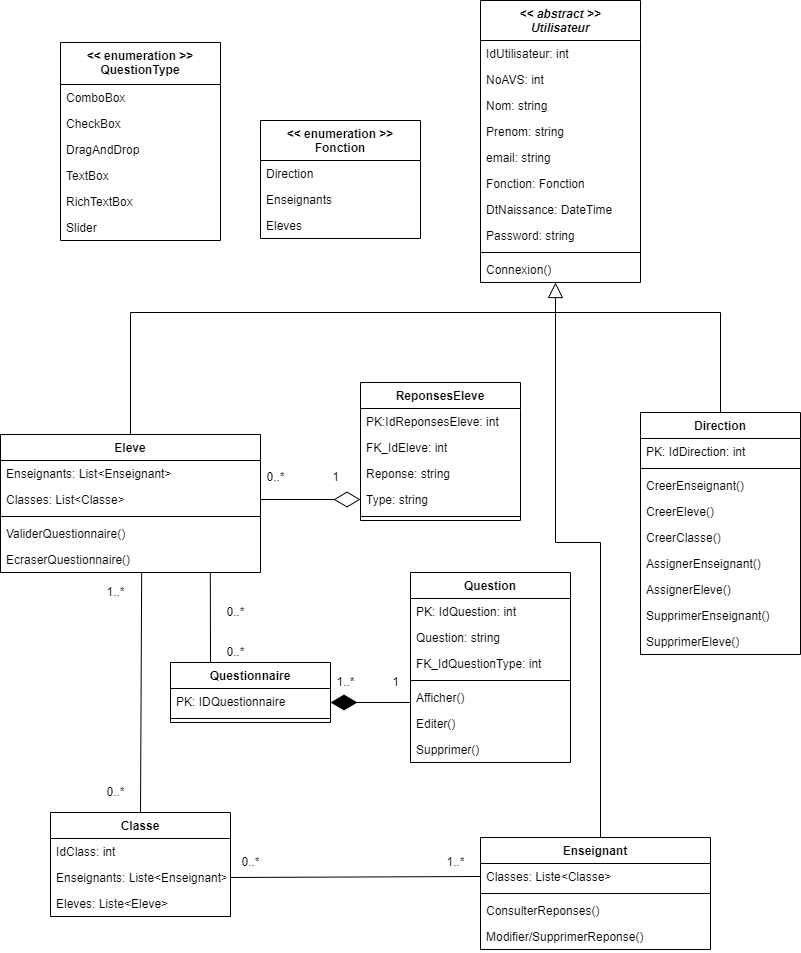
Devetik/Diagrammes keeps this draw.io diagram as Diagrammes/DiagramClass.drawio.png. Above is the earlier version. Source tidied: cells renumbered, new cells last; positions are measured from the earlier drawing's top-left corner, leaving out a move shared by most shapes.
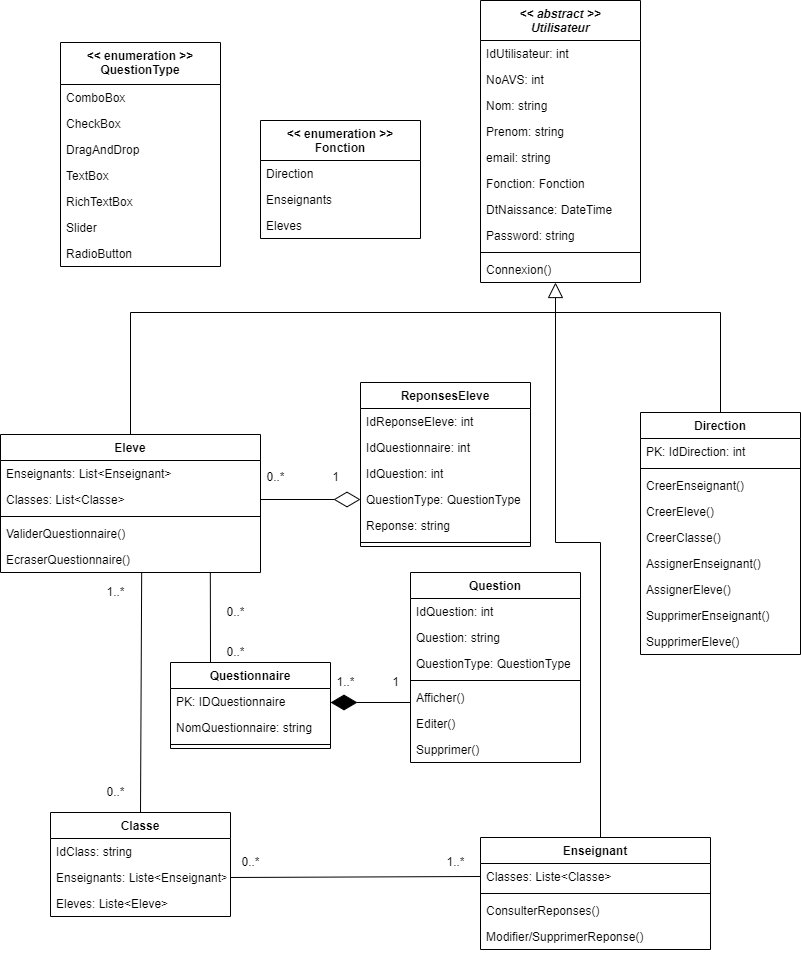
Above is the later version.

The edit, as a diff of the source:
```diff
@@ -47,7 +47,7 @@
     <mxCell id="14" value="Classe" style="swimlane;fontStyle=1;align=center;verticalAlign=top;horizontal=1;startSize=26;" parent="1" vertex="1">
       <mxGeometry x="50" y="812" width="180" height="104" as="geometry" />
     </mxCell>
-    <mxCell id="15" value="IdClass: int" style="text;strokeColor=none;fillColor=none;align=left;verticalAlign=top;spacingLeft=4;spacingRight=4;overflow=hidden;" parent="14" vertex="1">
+    <mxCell id="15" value="IdClass: string" style="text;strokeColor=none;fillColor=none;align=left;verticalAlign=top;spacingLeft=4;spacingRight=4;overflow=hidden;" parent="14" vertex="1">
       <mxGeometry y="26" width="180" height="26" as="geometry" />
     </mxCell>
     <mxCell id="16" value="Enseignants: Liste&lt;Enseignant&gt;" style="text;strokeColor=none;fillColor=none;align=left;verticalAlign=top;spacingLeft=4;spacingRight=4;overflow=hidden;" parent="14" vertex="1">
@@ -87,46 +87,49 @@
       <mxGeometry y="216" width="160" height="26" as="geometry" />
     </mxCell>
     <mxCell id="28" value="Question" style="swimlane;fontStyle=1;align=center;verticalAlign=top;horizontal=1;startSize=26;" parent="1" vertex="1">
-      <mxGeometry x="410" y="572" width="160" height="190" as="geometry" />
+      <mxGeometry x="410" y="572" width="170" height="190" as="geometry" />
     </mxCell>
-    <mxCell id="29" value="PK: IdQuestion: int" style="text;strokeColor=none;fillColor=none;align=left;verticalAlign=top;spacingLeft=4;spacingRight=4;overflow=hidden;" parent="28" vertex="1">
-      <mxGeometry y="26" width="160" height="26" as="geometry" />
+    <mxCell id="29" value="IdQuestion: int" style="text;strokeColor=none;fillColor=none;align=left;verticalAlign=top;spacingLeft=4;spacingRight=4;overflow=hidden;" parent="28" vertex="1">
+      <mxGeometry y="26" width="170" height="26" as="geometry" />
     </mxCell>
     <mxCell id="30" value="Question: string" style="text;strokeColor=none;fillColor=none;align=left;verticalAlign=top;spacingLeft=4;spacingRight=4;overflow=hidden;" parent="28" vertex="1">
-      <mxGeometry y="52" width="160" height="26" as="geometry" />
+      <mxGeometry y="52" width="170" height="26" as="geometry" />
     </mxCell>
-    <mxCell id="31" value="FK_IdQuestionType: int" style="text;strokeColor=none;fillColor=none;align=left;verticalAlign=top;spacingLeft=4;spacingRight=4;overflow=hidden;" parent="28" vertex="1">
-      <mxGeometry y="78" width="160" height="26" as="geometry" />
+    <mxCell id="31" value="QuestionType: QuestionType" style="text;strokeColor=none;fillColor=none;align=left;verticalAlign=top;spacingLeft=4;spacingRight=4;overflow=hidden;" parent="28" vertex="1">
+      <mxGeometry y="78" width="170" height="26" as="geometry" />
     </mxCell>
     <mxCell id="32" style="line;strokeWidth=1;fillColor=none;align=left;verticalAlign=middle;spacingTop=-1;spacingLeft=3;spacingRight=3;labelPosition=right;" parent="28" vertex="1">
-      <mxGeometry y="104" width="160" height="8" as="geometry" />
+      <mxGeometry y="104" width="170" height="8" as="geometry" />
     </mxCell>
     <mxCell id="33" value="Afficher()" style="text;strokeColor=none;fillColor=none;align=left;verticalAlign=top;spacingLeft=4;spacingRight=4;overflow=hidden;" parent="28" vertex="1">
-      <mxGeometry y="112" width="160" height="26" as="geometry" />
+      <mxGeometry y="112" width="170" height="26" as="geometry" />
     </mxCell>
     <mxCell id="34" value="Editer()" style="text;strokeColor=none;fillColor=none;align=left;verticalAlign=top;spacingLeft=4;spacingRight=4;overflow=hidden;" parent="28" vertex="1">
-      <mxGeometry y="138" width="160" height="26" as="geometry" />
+      <mxGeometry y="138" width="170" height="26" as="geometry" />
     </mxCell>
     <mxCell id="35" value="Supprimer()" style="text;strokeColor=none;fillColor=none;align=left;verticalAlign=top;spacingLeft=4;spacingRight=4;overflow=hidden;" parent="28" vertex="1">
-      <mxGeometry y="164" width="160" height="26" as="geometry" />
+      <mxGeometry y="164" width="170" height="26" as="geometry" />
     </mxCell>
     <mxCell id="36" value="ReponsesEleve" style="swimlane;fontStyle=1;align=center;verticalAlign=top;horizontal=1;startSize=26;" parent="1" vertex="1">
-      <mxGeometry x="360" y="382" width="160" height="138" as="geometry" />
+      <mxGeometry x="360" y="382" width="170" height="164" as="geometry" />
     </mxCell>
-    <mxCell id="37" value="PK:IdReponsesEleve: int" style="text;strokeColor=none;fillColor=none;align=left;verticalAlign=top;spacingLeft=4;spacingRight=4;overflow=hidden;" parent="36" vertex="1">
-      <mxGeometry y="26" width="160" height="26" as="geometry" />
+    <mxCell id="37" value="IdReponseEleve: int" style="text;strokeColor=none;fillColor=none;align=left;verticalAlign=top;spacingLeft=4;spacingRight=4;overflow=hidden;" parent="36" vertex="1">
+      <mxGeometry y="26" width="170" height="26" as="geometry" />
     </mxCell>
-    <mxCell id="38" value="FK_IdEleve: int" style="text;strokeColor=none;fillColor=none;align=left;verticalAlign=top;spacingLeft=4;spacingRight=4;overflow=hidden;" parent="36" vertex="1">
-      <mxGeometry y="52" width="160" height="26" as="geometry" />
+    <mxCell id="38" value="IdQuestionnaire: int" style="text;strokeColor=none;fillColor=none;align=left;verticalAlign=top;spacingLeft=4;spacingRight=4;overflow=hidden;" parent="36" vertex="1">
+      <mxGeometry y="52" width="170" height="26" as="geometry" />
     </mxCell>
-    <mxCell id="39" value="Reponse: string" style="text;strokeColor=none;fillColor=none;align=left;verticalAlign=top;spacingLeft=4;spacingRight=4;overflow=hidden;" parent="36" vertex="1">
-      <mxGeometry y="78" width="160" height="26" as="geometry" />
+    <mxCell id="39" value="IdQuestion: int" style="text;strokeColor=none;fillColor=none;align=left;verticalAlign=top;spacingLeft=4;spacingRight=4;overflow=hidden;" parent="36" vertex="1">
+      <mxGeometry y="78" width="170" height="26" as="geometry" />
     </mxCell>
-    <mxCell id="40" value="Type: string" style="text;strokeColor=none;fillColor=none;align=left;verticalAlign=top;spacingLeft=4;spacingRight=4;overflow=hidden;points=[[0,0.5],[1,0.5]];portConstraint=eastwest;" parent="36" vertex="1">
-      <mxGeometry y="104" width="160" height="26" as="geometry" />
+    <mxCell id="40" value="QuestionType: QuestionType" style="text;strokeColor=none;fillColor=none;align=left;verticalAlign=top;spacingLeft=4;spacingRight=4;overflow=hidden;points=[[0,0.5],[1,0.5]];portConstraint=eastwest;" parent="36" vertex="1">
+      <mxGeometry y="104" width="170" height="26" as="geometry" />
     </mxCell>
+    <mxCell id="84" value="Reponse: string" style="text;strokeColor=none;fillColor=none;align=left;verticalAlign=top;spacingLeft=4;spacingRight=4;overflow=hidden;" parent="36" vertex="1">
+      <mxGeometry y="130" width="170" height="26" as="geometry" />
+    </mxCell>
     <mxCell id="41" style="line;strokeWidth=1;fillColor=none;align=left;verticalAlign=middle;spacingTop=-1;spacingLeft=3;spacingRight=3;labelPosition=right;" parent="36" vertex="1">
-      <mxGeometry y="130" width="160" height="8" as="geometry" />
+      <mxGeometry y="156" width="170" height="8" as="geometry" />
     </mxCell>
     <mxCell id="42" style="endArrow=none;html=1;rounded=0;entryX=0;entryY=0.5;entryDx=0;entryDy=0;exitX=1;exitY=0.5;exitDx=0;exitDy=0;" parent="1" edge="1" target="10">
       <mxGeometry relative="1" as="geometry">
@@ -162,13 +165,16 @@
       </mxGeometry>
     </mxCell>
     <mxCell id="49" value="Questionnaire" style="swimlane;fontStyle=1;align=center;verticalAlign=top;horizontal=1;startSize=26;strokeWidth=1;" parent="1" vertex="1">
-      <mxGeometry x="170" y="662" width="160" height="60" as="geometry" />
+      <mxGeometry x="170" y="662" width="160" height="86" as="geometry" />
     </mxCell>
     <mxCell id="50" value="PK: IDQuestionnaire" style="text;strokeColor=none;fillColor=none;align=left;verticalAlign=top;spacingLeft=4;spacingRight=4;overflow=hidden;" parent="49" vertex="1">
       <mxGeometry y="26" width="160" height="26" as="geometry" />
     </mxCell>
+    <mxCell id="85" value="NomQuestionnaire: string" style="text;strokeColor=none;fillColor=none;align=left;verticalAlign=top;spacingLeft=4;spacingRight=4;overflow=hidden;" parent="49" vertex="1">
+      <mxGeometry y="52" width="160" height="26" as="geometry" />
+    </mxCell>
     <mxCell id="51" style="line;strokeWidth=1;fillColor=none;align=left;verticalAlign=middle;spacingTop=-1;spacingLeft=3;spacingRight=3;labelPosition=right;" parent="49" vertex="1">
-      <mxGeometry y="52" width="160" height="8" as="geometry" />
+      <mxGeometry y="78" width="160" height="8" as="geometry" />
     </mxCell>
     <mxCell id="52" style="endArrow=diamondThin;endFill=1;endSize=24;html=1;rounded=0;" parent="1" edge="1">
       <mxGeometry relative="1" as="geometry">
@@ -210,7 +216,7 @@
       <mxGeometry x="220" y="602" width="30" height="20" as="geometry" />
     </mxCell>
     <mxCell id="64" value="&lt;&lt; enumeration &gt;&gt;&#10;QuestionType" style="swimlane;fontStyle=1;align=center;verticalAlign=top;horizontal=1;startSize=42;strokeWidth=1;" parent="1" vertex="1">
-      <mxGeometry x="60" y="42" width="160" height="198" as="geometry" />
+      <mxGeometry x="60" y="42" width="160" height="224" as="geometry" />
     </mxCell>
     <mxCell id="65" value="ComboBox" style="text;strokeColor=none;fillColor=none;align=left;verticalAlign=top;spacingLeft=4;spacingRight=4;overflow=hidden;" parent="64" vertex="1">
       <mxGeometry y="42" width="160" height="26" as="geometry" />
@@ -230,6 +236,9 @@
     <mxCell id="70" value="Slider" style="text;strokeColor=none;fillColor=none;align=left;verticalAlign=top;spacingLeft=4;spacingRight=4;overflow=hidden;" parent="64" vertex="1">
       <mxGeometry y="172" width="160" height="26" as="geometry" />
     </mxCell>
+    <mxCell id="86" value="RadioButton" style="text;strokeColor=none;fillColor=none;align=left;verticalAlign=top;spacingLeft=4;spacingRight=4;overflow=hidden;" parent="64" vertex="1">
+      <mxGeometry y="198" width="160" height="26" as="geometry" />
+    </mxCell>
     <mxCell id="71" value="1..*" style="text;html=1;align=center;verticalAlign=middle;strokeColor=none;fillColor=none;" parent="1" vertex="1">
       <mxGeometry x="100" y="582" width="30" height="20" as="geometry" />
     </mxCell>
```
